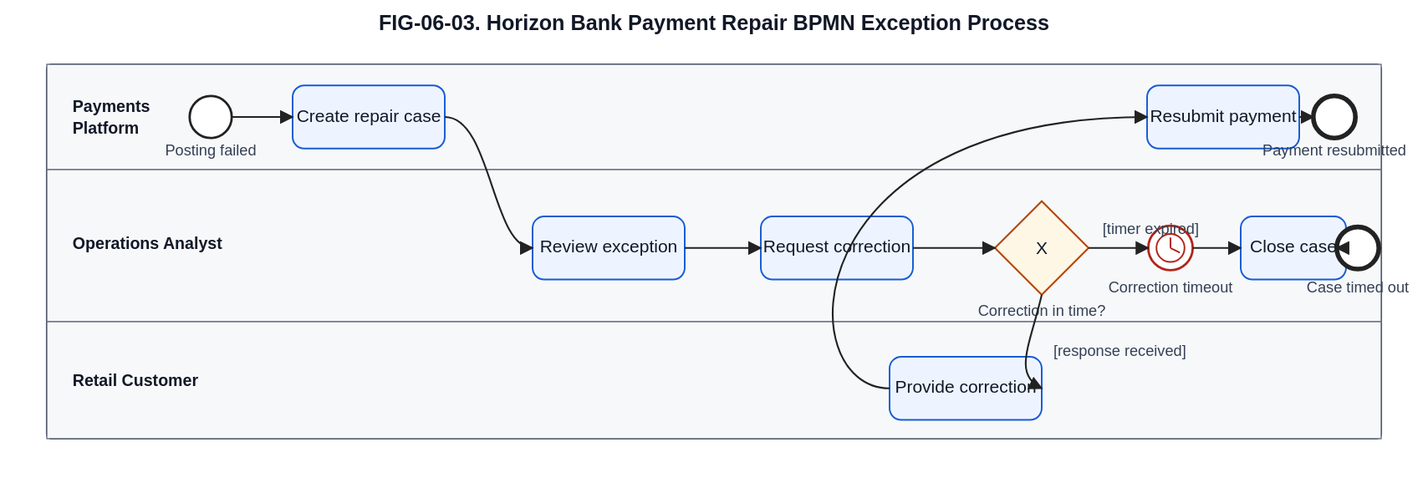
Before: diagrams/exported/svg/FIG-06-03-horizon-bank-payment-repair-exception-process.svg, a diagram exported from BPMN (nishikanttiwari01/Architecture_Modelling). Its source is kept beside it as diagrams/source/bpmn/FIG-06-03-horizon-bank-payment-repair-exception-process.bpmn. Ids are renumbered. Source of this version:
```xml
<bpmn:definitions xmlns:bpmn="http://www.omg.org/spec/BPMN/20100524/MODEL" id="Definitions_FIG_06_03" targetNamespace="https://example.local/architecture-modelling/chapter-06">
  <bpmn:process id="Process_PaymentRepair" name="Horizon Bank payment repair" isExecutable="false">
    <bpmn:laneSet id="LaneSet_PaymentRepair">
      <bpmn:lane id="Lane_PaymentsPlatform" name="Payments Platform">
        <bpmn:flowNodeRef>Start_PostingFailed</bpmn:flowNodeRef>
        <bpmn:flowNodeRef>Task_CreateRepairCase</bpmn:flowNodeRef>
        <bpmn:flowNodeRef>Task_ResubmitPayment</bpmn:flowNodeRef>
        <bpmn:flowNodeRef>End_PaymentResubmitted</bpmn:flowNodeRef>
      </bpmn:lane>
      <bpmn:lane id="Lane_OperationsAnalyst" name="Operations Analyst">
        <bpmn:flowNodeRef>Task_ReviewException</bpmn:flowNodeRef>
        <bpmn:flowNodeRef>Task_RequestCorrection</bpmn:flowNodeRef>
        <bpmn:flowNodeRef>Gateway_CorrectionReceived</bpmn:flowNodeRef>
        <bpmn:flowNodeRef>Event_CorrectionTimeout</bpmn:flowNodeRef>
        <bpmn:flowNodeRef>Task_CloseCase</bpmn:flowNodeRef>
        <bpmn:flowNodeRef>End_CaseTimedOut</bpmn:flowNodeRef>
      </bpmn:lane>
      <bpmn:lane id="Lane_RetailCustomer" name="Retail Customer">
        <bpmn:flowNodeRef>Task_ProvideCorrection</bpmn:flowNodeRef>
      </bpmn:lane>
    </bpmn:laneSet>
    <bpmn:startEvent id="Start_PostingFailed" name="Posting failed">
      <bpmn:outgoing>Flow_PR_01</bpmn:outgoing>
    </bpmn:startEvent>
    <bpmn:task id="Task_CreateRepairCase" name="Create repair case">
      <bpmn:incoming>Flow_PR_01</bpmn:incoming>
      <bpmn:outgoing>Flow_PR_02</bpmn:outgoing>
    </bpmn:task>
    <bpmn:task id="Task_ReviewException" name="Review exception">
      <bpmn:incoming>Flow_PR_02</bpmn:incoming>
      <bpmn:outgoing>Flow_PR_03</bpmn:outgoing>
    </bpmn:task>
    <bpmn:task id="Task_RequestCorrection" name="Request correction">
      <bpmn:incoming>Flow_PR_03</bpmn:incoming>
      <bpmn:outgoing>Flow_PR_04</bpmn:outgoing>
    </bpmn:task>
    <bpmn:exclusiveGateway id="Gateway_CorrectionReceived" name="Correction received in time?">
      <bpmn:incoming>Flow_PR_04</bpmn:incoming>
      <bpmn:outgoing>Flow_PR_Response</bpmn:outgoing>
      <bpmn:outgoing>Flow_PR_Timeout</bpmn:outgoing>
    </bpmn:exclusiveGateway>
    <bpmn:task id="Task_ProvideCorrection" name="Provide correction">
      <bpmn:incoming>Flow_PR_Response</bpmn:incoming>
      <bpmn:outgoing>Flow_PR_05</bpmn:outgoing>
    </bpmn:task>
    <bpmn:task id="Task_ResubmitPayment" name="Resubmit payment">
      <bpmn:incoming>Flow_PR_05</bpmn:incoming>
      <bpmn:outgoing>Flow_PR_06</bpmn:outgoing>
    </bpmn:task>
    <bpmn:endEvent id="End_PaymentResubmitted" name="Payment resubmitted">
      <bpmn:incoming>Flow_PR_06</bpmn:incoming>
    </bpmn:endEvent>
    <bpmn:intermediateCatchEvent id="Event_CorrectionTimeout" name="Correction timeout">
      <bpmn:incoming>Flow_PR_Timeout</bpmn:incoming>
      <bpmn:outgoing>Flow_PR_07</bpmn:outgoing>
      <bpmn:timerEventDefinition />
    </bpmn:intermediateCatchEvent>
    <bpmn:task id="Task_CloseCase" name="Close case">
      <bpmn:incoming>Flow_PR_07</bpmn:incoming>
      <bpmn:outgoing>Flow_PR_08</bpmn:outgoing>
    </bpmn:task>
    <bpmn:endEvent id="End_CaseTimedOut" name="Case timed out">
      <bpmn:incoming>Flow_PR_08</bpmn:incoming>
    </bpmn:endEvent>
    <bpmn:sequenceFlow id="Flow_PR_01" sourceRef="Start_PostingFailed" targetRef="Task_CreateRepairCase" />
    <bpmn:sequenceFlow id="Flow_PR_02" sourceRef="Task_CreateRepairCase" targetRef="Task_ReviewException" />
    <bpmn:sequenceFlow id="Flow_PR_03" sourceRef="Task_ReviewException" targetRef="Task_RequestCorrection" />
    <bpmn:sequenceFlow id="Flow_PR_04" sourceRef="Task_RequestCorrection" targetRef="Gateway_CorrectionReceived" />
    <bpmn:sequenceFlow id="Flow_PR_Response" name="response received" sourceRef="Gateway_CorrectionReceived" targetRef="Task_ProvideCorrection" />
    <bpmn:sequenceFlow id="Flow_PR_05" sourceRef="Task_ProvideCorrection" targetRef="Task_ResubmitPayment" />
    <bpmn:sequenceFlow id="Flow_PR_06" sourceRef="Task_ResubmitPayment" targetRef="End_PaymentResubmitted" />
    <bpmn:sequenceFlow id="Flow_PR_Timeout" name="timer expired" sourceRef="Gateway_CorrectionReceived" targetRef="Event_CorrectionTimeout" />
    <bpmn:sequenceFlow id="Flow_PR_07" sourceRef="Event_CorrectionTimeout" targetRef="Task_CloseCase" />
    <bpmn:sequenceFlow id="Flow_PR_08" sourceRef="Task_CloseCase" targetRef="End_CaseTimedOut" />
  </bpmn:process>
</bpmn:definitions>
```
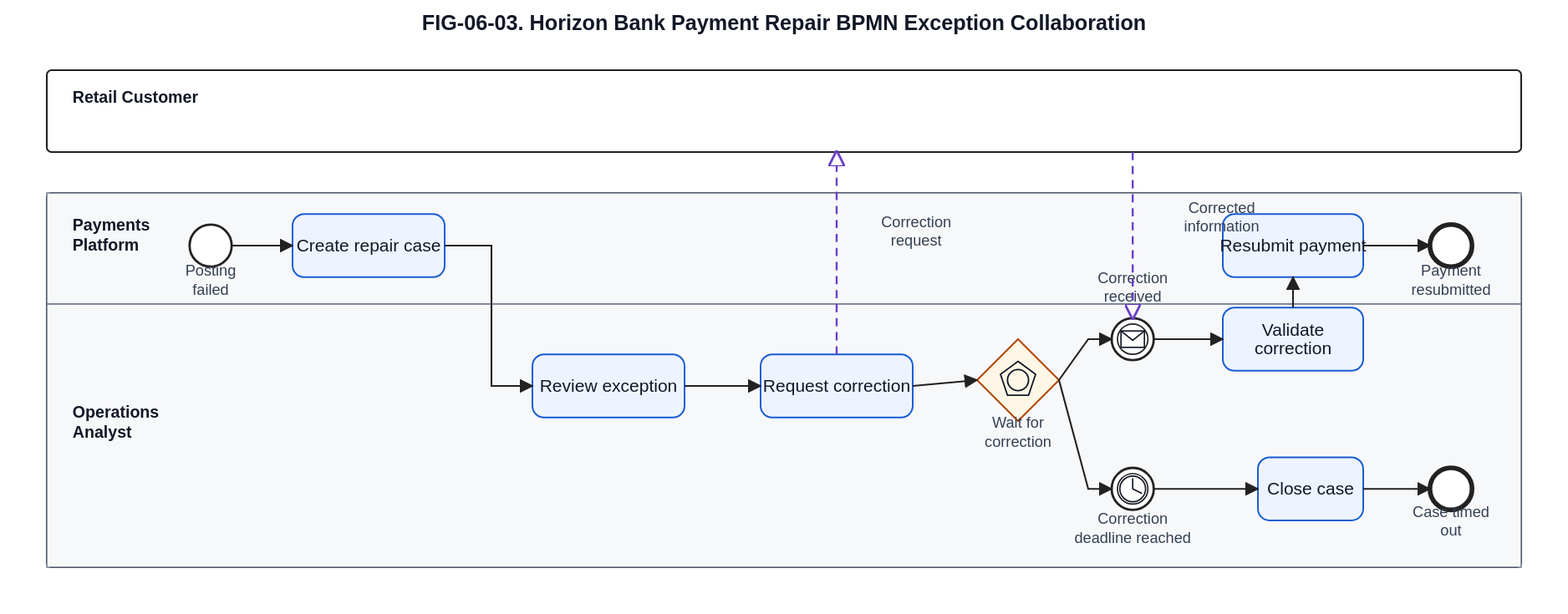
Above is the later version.

The edit, as a diff of the source:
```diff
@@ -1,4 +1,12 @@
-<bpmn:definitions xmlns:bpmn="http://www.omg.org/spec/BPMN/20100524/MODEL" id="Definitions_FIG_06_03" targetNamespace="https://example.local/architecture-modelling/chapter-06">
+<bpmn:definitions xmlns:bpmn="http://www.omg.org/spec/BPMN/20100524/MODEL" xmlns:bpmndi="http://www.omg.org/spec/BPMN/20100524/DI" xmlns:dc="http://www.omg.org/spec/DD/20100524/DC" xmlns:di="http://www.omg.org/spec/DD/20100524/DI" xmlns:xsi="http://www.w3.org/2001/XMLSchema-instance" id="Definitions_FIG_06_03" targetNamespace="https://example.local/architecture-modelling/chapter-06">
+  <bpmn:message id="Message_CorrectionRequest" name="Correction request" />
+  <bpmn:message id="Message_CorrectedInformation" name="Corrected information" />
+  <bpmn:collaboration id="Collaboration_PaymentRepair" name="Horizon Bank payment repair">
+    <bpmn:participant id="Participant_RetailCustomer" name="Retail Customer" />
+    <bpmn:participant id="Participant_HorizonBank" name="Horizon Bank" processRef="Process_PaymentRepair" />
+    <bpmn:messageFlow id="MessageFlow_CorrectionRequest" name="Correction request" sourceRef="Task_RequestCorrection" targetRef="Participant_RetailCustomer" messageRef="Message_CorrectionRequest" />
+    <bpmn:messageFlow id="MessageFlow_CorrectedInformation" name="Corrected information" sourceRef="Participant_RetailCustomer" targetRef="Event_CorrectionReceived" messageRef="Message_CorrectedInformation" />
+  </bpmn:collaboration>
   <bpmn:process id="Process_PaymentRepair" name="Horizon Bank payment repair" isExecutable="false">
     <bpmn:laneSet id="LaneSet_PaymentRepair">
       <bpmn:lane id="Lane_PaymentsPlatform" name="Payments Platform">
@@ -10,13 +18,12 @@
       <bpmn:lane id="Lane_OperationsAnalyst" name="Operations Analyst">
         <bpmn:flowNodeRef>Task_ReviewException</bpmn:flowNodeRef>
         <bpmn:flowNodeRef>Task_RequestCorrection</bpmn:flowNodeRef>
-        <bpmn:flowNodeRef>Gateway_CorrectionReceived</bpmn:flowNodeRef>
-        <bpmn:flowNodeRef>Event_CorrectionTimeout</bpmn:flowNodeRef>
+        <bpmn:flowNodeRef>Gateway_WaitForCorrection</bpmn:flowNodeRef>
+        <bpmn:flowNodeRef>Event_CorrectionReceived</bpmn:flowNodeRef>
+        <bpmn:flowNodeRef>Event_CorrectionDeadlineReached</bpmn:flowNodeRef>
+        <bpmn:flowNodeRef>Task_ValidateCorrection</bpmn:flowNodeRef>
         <bpmn:flowNodeRef>Task_CloseCase</bpmn:flowNodeRef>
         <bpmn:flowNodeRef>End_CaseTimedOut</bpmn:flowNodeRef>
-      </bpmn:lane>
-      <bpmn:lane id="Lane_RetailCustomer" name="Retail Customer">
-        <bpmn:flowNodeRef>Task_ProvideCorrection</bpmn:flowNodeRef>
       </bpmn:lane>
     </bpmn:laneSet>
     <bpmn:startEvent id="Start_PostingFailed" name="Posting failed">
@@ -34,43 +41,108 @@
       <bpmn:incoming>Flow_PR_03</bpmn:incoming>
       <bpmn:outgoing>Flow_PR_04</bpmn:outgoing>
     </bpmn:task>
-    <bpmn:exclusiveGateway id="Gateway_CorrectionReceived" name="Correction received in time?">
+    <bpmn:eventBasedGateway id="Gateway_WaitForCorrection" name="Wait for correction">
       <bpmn:incoming>Flow_PR_04</bpmn:incoming>
-      <bpmn:outgoing>Flow_PR_Response</bpmn:outgoing>
-      <bpmn:outgoing>Flow_PR_Timeout</bpmn:outgoing>
-    </bpmn:exclusiveGateway>
-    <bpmn:task id="Task_ProvideCorrection" name="Provide correction">
-      <bpmn:incoming>Flow_PR_Response</bpmn:incoming>
+      <bpmn:outgoing>Flow_PR_WaitForMessage</bpmn:outgoing>
+      <bpmn:outgoing>Flow_PR_WaitForTimer</bpmn:outgoing>
+    </bpmn:eventBasedGateway>
+    <bpmn:intermediateCatchEvent id="Event_CorrectionReceived" name="Correction received">
+      <bpmn:incoming>Flow_PR_WaitForMessage</bpmn:incoming>
       <bpmn:outgoing>Flow_PR_05</bpmn:outgoing>
-    </bpmn:task>
-    <bpmn:task id="Task_ResubmitPayment" name="Resubmit payment">
+      <bpmn:messageEventDefinition id="MessageEventDefinition_CorrectionReceived" messageRef="Message_CorrectedInformation" />
+    </bpmn:intermediateCatchEvent>
+    <bpmn:intermediateCatchEvent id="Event_CorrectionDeadlineReached" name="Correction deadline reached">
+      <bpmn:incoming>Flow_PR_WaitForTimer</bpmn:incoming>
+      <bpmn:outgoing>Flow_PR_08</bpmn:outgoing>
+      <bpmn:timerEventDefinition id="TimerEventDefinition_CorrectionDeadline">
+        <bpmn:timeDuration xsi:type="bpmn:tFormalExpression">P5D</bpmn:timeDuration>
+      </bpmn:timerEventDefinition>
+    </bpmn:intermediateCatchEvent>
+    <bpmn:task id="Task_ValidateCorrection" name="Validate correction">
       <bpmn:incoming>Flow_PR_05</bpmn:incoming>
       <bpmn:outgoing>Flow_PR_06</bpmn:outgoing>
     </bpmn:task>
+    <bpmn:task id="Task_ResubmitPayment" name="Resubmit payment">
+      <bpmn:incoming>Flow_PR_06</bpmn:incoming>
+      <bpmn:outgoing>Flow_PR_07</bpmn:outgoing>
+    </bpmn:task>
     <bpmn:endEvent id="End_PaymentResubmitted" name="Payment resubmitted">
-      <bpmn:incoming>Flow_PR_06</bpmn:incoming>
+      <bpmn:incoming>Flow_PR_07</bpmn:incoming>
     </bpmn:endEvent>
-    <bpmn:intermediateCatchEvent id="Event_CorrectionTimeout" name="Correction timeout">
-      <bpmn:incoming>Flow_PR_Timeout</bpmn:incoming>
-      <bpmn:outgoing>Flow_PR_07</bpmn:outgoing>
-      <bpmn:timerEventDefinition />
-    </bpmn:intermediateCatchEvent>
     <bpmn:task id="Task_CloseCase" name="Close case">
-      <bpmn:incoming>Flow_PR_07</bpmn:incoming>
-      <bpmn:outgoing>Flow_PR_08</bpmn:outgoing>
+      <bpmn:incoming>Flow_PR_08</bpmn:incoming>
+      <bpmn:outgoing>Flow_PR_09</bpmn:outgoing>
     </bpmn:task>
     <bpmn:endEvent id="End_CaseTimedOut" name="Case timed out">
-      <bpmn:incoming>Flow_PR_08</bpmn:incoming>
+      <bpmn:incoming>Flow_PR_09</bpmn:incoming>
     </bpmn:endEvent>
     <bpmn:sequenceFlow id="Flow_PR_01" sourceRef="Start_PostingFailed" targetRef="Task_CreateRepairCase" />
     <bpmn:sequenceFlow id="Flow_PR_02" sourceRef="Task_CreateRepairCase" targetRef="Task_ReviewException" />
     <bpmn:sequenceFlow id="Flow_PR_03" sourceRef="Task_ReviewException" targetRef="Task_RequestCorrection" />
-    <bpmn:sequenceFlow id="Flow_PR_04" sourceRef="Task_RequestCorrection" targetRef="Gateway_CorrectionReceived" />
-    <bpmn:sequenceFlow id="Flow_PR_Response" name="response received" sourceRef="Gateway_CorrectionReceived" targetRef="Task_ProvideCorrection" />
-    <bpmn:sequenceFlow id="Flow_PR_05" sourceRef="Task_ProvideCorrection" targetRef="Task_ResubmitPayment" />
-    <bpmn:sequenceFlow id="Flow_PR_06" sourceRef="Task_ResubmitPayment" targetRef="End_PaymentResubmitted" />
-    <bpmn:sequenceFlow id="Flow_PR_Timeout" name="timer expired" sourceRef="Gateway_CorrectionReceived" targetRef="Event_CorrectionTimeout" />
-    <bpmn:sequenceFlow id="Flow_PR_07" sourceRef="Event_CorrectionTimeout" targetRef="Task_CloseCase" />
-    <bpmn:sequenceFlow id="Flow_PR_08" sourceRef="Task_CloseCase" targetRef="End_CaseTimedOut" />
+    <bpmn:sequenceFlow id="Flow_PR_04" sourceRef="Task_RequestCorrection" targetRef="Gateway_WaitForCorrection" />
+    <bpmn:sequenceFlow id="Flow_PR_WaitForMessage" sourceRef="Gateway_WaitForCorrection" targetRef="Event_CorrectionReceived" />
+    <bpmn:sequenceFlow id="Flow_PR_WaitForTimer" sourceRef="Gateway_WaitForCorrection" targetRef="Event_CorrectionDeadlineReached" />
+    <bpmn:sequenceFlow id="Flow_PR_05" sourceRef="Event_CorrectionReceived" targetRef="Task_ValidateCorrection" />
+    <bpmn:sequenceFlow id="Flow_PR_06" sourceRef="Task_ValidateCorrection" targetRef="Task_ResubmitPayment" />
+    <bpmn:sequenceFlow id="Flow_PR_07" sourceRef="Task_ResubmitPayment" targetRef="End_PaymentResubmitted" />
+    <bpmn:sequenceFlow id="Flow_PR_08" sourceRef="Event_CorrectionDeadlineReached" targetRef="Task_CloseCase" />
+    <bpmn:sequenceFlow id="Flow_PR_09" sourceRef="Task_CloseCase" targetRef="End_CaseTimedOut" />
   </bpmn:process>
+  <bpmndi:BPMNDiagram id="BPMNDiagram_FIG_06_03">
+    <bpmndi:BPMNPlane id="BPMNPlane_FIG_06_03" bpmnElement="Collaboration_PaymentRepair">
+      <bpmndi:BPMNShape id="Shape_Participant_RetailCustomer" bpmnElement="Participant_RetailCustomer" isHorizontal="true"><dc:Bounds x="40" y="60" width="1260" height="70" /></bpmndi:BPMNShape>
+      <bpmndi:BPMNShape id="Shape_Participant_HorizonBank" bpmnElement="Participant_HorizonBank" isHorizontal="true"><dc:Bounds x="40" y="165" width="1260" height="320" /></bpmndi:BPMNShape>
+      <bpmndi:BPMNShape id="Shape_Lane_PaymentsPlatform" bpmnElement="Lane_PaymentsPlatform" isHorizontal="true"><dc:Bounds x="40" y="165" width="1260" height="95" /></bpmndi:BPMNShape>
+      <bpmndi:BPMNShape id="Shape_Lane_OperationsAnalyst" bpmnElement="Lane_OperationsAnalyst" isHorizontal="true"><dc:Bounds x="40" y="260" width="1260" height="225" /></bpmndi:BPMNShape>
+      <bpmndi:BPMNShape id="Shape_Start_PostingFailed" bpmnElement="Start_PostingFailed">
+        <dc:Bounds x="162" y="192" width="36" height="36" />
+        <bpmndi:BPMNLabel><dc:Bounds x="138" y="232" width="84" height="24" /></bpmndi:BPMNLabel>
+      </bpmndi:BPMNShape>
+      <bpmndi:BPMNShape id="Shape_Task_CreateRepairCase" bpmnElement="Task_CreateRepairCase"><dc:Bounds x="250" y="183" width="130" height="54" /></bpmndi:BPMNShape>
+      <bpmndi:BPMNShape id="Shape_Task_ReviewException" bpmnElement="Task_ReviewException"><dc:Bounds x="455" y="303" width="130" height="54" /></bpmndi:BPMNShape>
+      <bpmndi:BPMNShape id="Shape_Task_RequestCorrection" bpmnElement="Task_RequestCorrection"><dc:Bounds x="650" y="303" width="130" height="54" /></bpmndi:BPMNShape>
+      <bpmndi:BPMNShape id="Shape_Gateway_WaitForCorrection" bpmnElement="Gateway_WaitForCorrection">
+        <dc:Bounds x="835" y="290" width="70" height="70" />
+        <bpmndi:BPMNLabel><dc:Bounds x="817" y="362" width="106" height="20" /></bpmndi:BPMNLabel>
+      </bpmndi:BPMNShape>
+      <bpmndi:BPMNShape id="Shape_Event_CorrectionReceived" bpmnElement="Event_CorrectionReceived">
+        <dc:Bounds x="950" y="272" width="36" height="36" />
+        <bpmndi:BPMNLabel><dc:Bounds x="922" y="236" width="92" height="28" /></bpmndi:BPMNLabel>
+      </bpmndi:BPMNShape>
+      <bpmndi:BPMNShape id="Shape_Event_CorrectionDeadlineReached" bpmnElement="Event_CorrectionDeadlineReached">
+        <dc:Bounds x="950" y="400" width="36" height="36" />
+        <bpmndi:BPMNLabel><dc:Bounds x="912" y="438" width="112" height="36" /></bpmndi:BPMNLabel>
+      </bpmndi:BPMNShape>
+      <bpmndi:BPMNShape id="Shape_Task_ValidateCorrection" bpmnElement="Task_ValidateCorrection"><dc:Bounds x="1045" y="263" width="120" height="54" /></bpmndi:BPMNShape>
+      <bpmndi:BPMNShape id="Shape_Task_ResubmitPayment" bpmnElement="Task_ResubmitPayment"><dc:Bounds x="1045" y="183" width="120" height="54" /></bpmndi:BPMNShape>
+      <bpmndi:BPMNShape id="Shape_End_PaymentResubmitted" bpmnElement="End_PaymentResubmitted">
+        <dc:Bounds x="1222" y="192" width="36" height="36" />
+        <bpmndi:BPMNLabel><dc:Bounds x="1190" y="232" width="100" height="24" /></bpmndi:BPMNLabel>
+      </bpmndi:BPMNShape>
+      <bpmndi:BPMNShape id="Shape_Task_CloseCase" bpmnElement="Task_CloseCase"><dc:Bounds x="1075" y="391" width="90" height="54" /></bpmndi:BPMNShape>
+      <bpmndi:BPMNShape id="Shape_End_CaseTimedOut" bpmnElement="End_CaseTimedOut">
+        <dc:Bounds x="1222" y="400" width="36" height="36" />
+        <bpmndi:BPMNLabel><dc:Bounds x="1198" y="438" width="84" height="24" /></bpmndi:BPMNLabel>
+      </bpmndi:BPMNShape>
+      <bpmndi:BPMNEdge id="Edge_Flow_PR_01" bpmnElement="Flow_PR_01"><di:waypoint x="198" y="210" /><di:waypoint x="250" y="210" /></bpmndi:BPMNEdge>
+      <bpmndi:BPMNEdge id="Edge_Flow_PR_02" bpmnElement="Flow_PR_02"><di:waypoint x="380" y="210" /><di:waypoint x="420" y="210" /><di:waypoint x="420" y="330" /><di:waypoint x="455" y="330" /></bpmndi:BPMNEdge>
+      <bpmndi:BPMNEdge id="Edge_Flow_PR_03" bpmnElement="Flow_PR_03"><di:waypoint x="585" y="330" /><di:waypoint x="650" y="330" /></bpmndi:BPMNEdge>
+      <bpmndi:BPMNEdge id="Edge_Flow_PR_04" bpmnElement="Flow_PR_04"><di:waypoint x="780" y="330" /><di:waypoint x="835" y="325" /></bpmndi:BPMNEdge>
+      <bpmndi:BPMNEdge id="Edge_Flow_PR_WaitForMessage" bpmnElement="Flow_PR_WaitForMessage"><di:waypoint x="905" y="325" /><di:waypoint x="930" y="290" /><di:waypoint x="950" y="290" /></bpmndi:BPMNEdge>
+      <bpmndi:BPMNEdge id="Edge_Flow_PR_WaitForTimer" bpmnElement="Flow_PR_WaitForTimer"><di:waypoint x="905" y="325" /><di:waypoint x="930" y="418" /><di:waypoint x="950" y="418" /></bpmndi:BPMNEdge>
+      <bpmndi:BPMNEdge id="Edge_Flow_PR_05" bpmnElement="Flow_PR_05"><di:waypoint x="986" y="290" /><di:waypoint x="1045" y="290" /></bpmndi:BPMNEdge>
+      <bpmndi:BPMNEdge id="Edge_Flow_PR_06" bpmnElement="Flow_PR_06"><di:waypoint x="1105" y="263" /><di:waypoint x="1105" y="237" /></bpmndi:BPMNEdge>
+      <bpmndi:BPMNEdge id="Edge_Flow_PR_07" bpmnElement="Flow_PR_07"><di:waypoint x="1165" y="210" /><di:waypoint x="1222" y="210" /></bpmndi:BPMNEdge>
+      <bpmndi:BPMNEdge id="Edge_Flow_PR_08" bpmnElement="Flow_PR_08"><di:waypoint x="986" y="418" /><di:waypoint x="1075" y="418" /></bpmndi:BPMNEdge>
+      <bpmndi:BPMNEdge id="Edge_Flow_PR_09" bpmnElement="Flow_PR_09"><di:waypoint x="1165" y="418" /><di:waypoint x="1222" y="418" /></bpmndi:BPMNEdge>
+      <bpmndi:BPMNEdge id="Edge_MessageFlow_CorrectionRequest" bpmnElement="MessageFlow_CorrectionRequest">
+        <di:waypoint x="715" y="303" /><di:waypoint x="715" y="130" />
+        <bpmndi:BPMNLabel><dc:Bounds x="728" y="190" width="110" height="18" /></bpmndi:BPMNLabel>
+      </bpmndi:BPMNEdge>
+      <bpmndi:BPMNEdge id="Edge_MessageFlow_CorrectedInformation" bpmnElement="MessageFlow_CorrectedInformation">
+        <di:waypoint x="968" y="130" /><di:waypoint x="968" y="272" />
+        <bpmndi:BPMNLabel><dc:Bounds x="982" y="178" width="124" height="18" /></bpmndi:BPMNLabel>
+      </bpmndi:BPMNEdge>
+    </bpmndi:BPMNPlane>
+  </bpmndi:BPMNDiagram>
 </bpmn:definitions>
```
